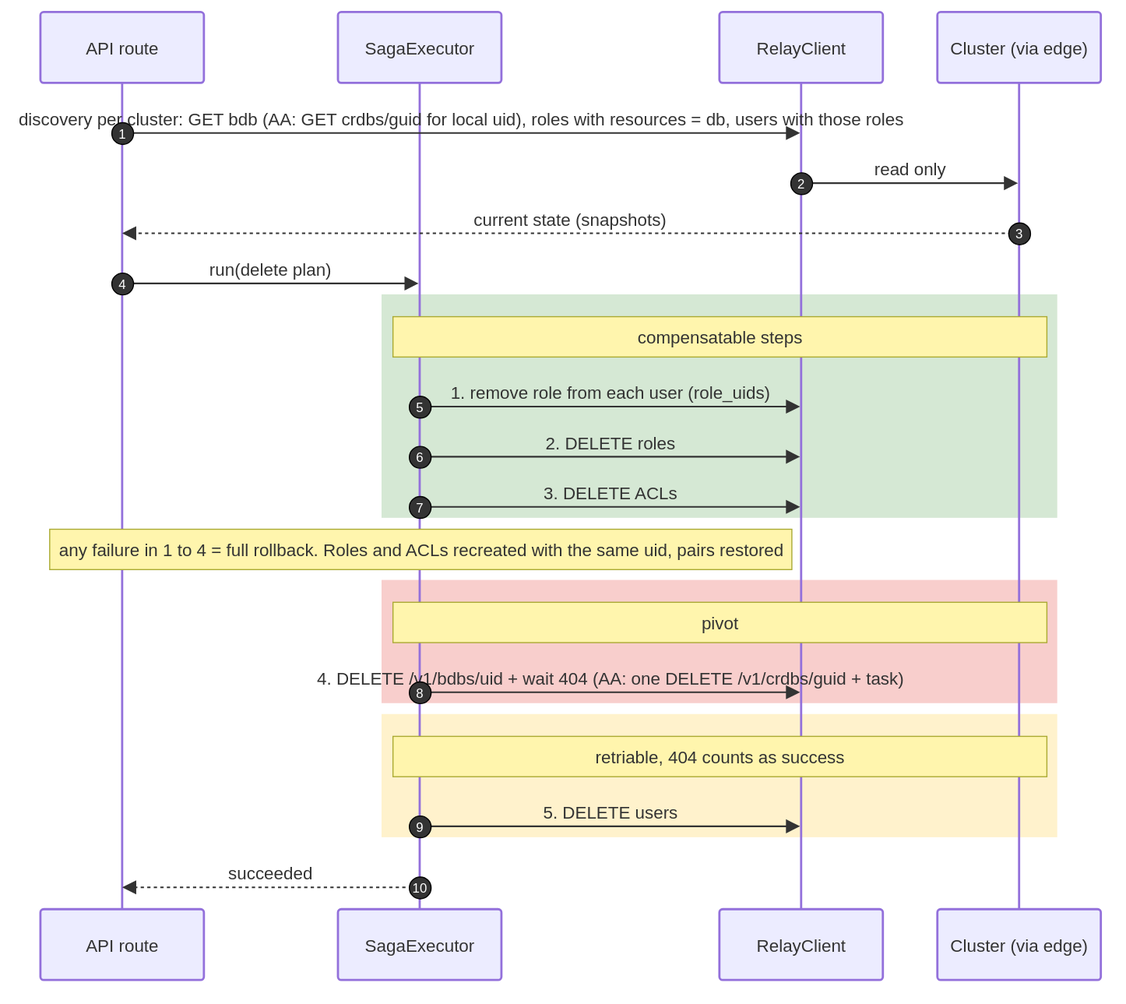
Above: docs/dr/diagrams/08-seq-delete-db.drawio.svg in EliShteinman/redis-enterprise-services (draw.io), before the change. Source tidied: cells renumbered, new cells last; positions are measured from the earlier drawing's top-left corner, leaving out a move shared by most shapes.
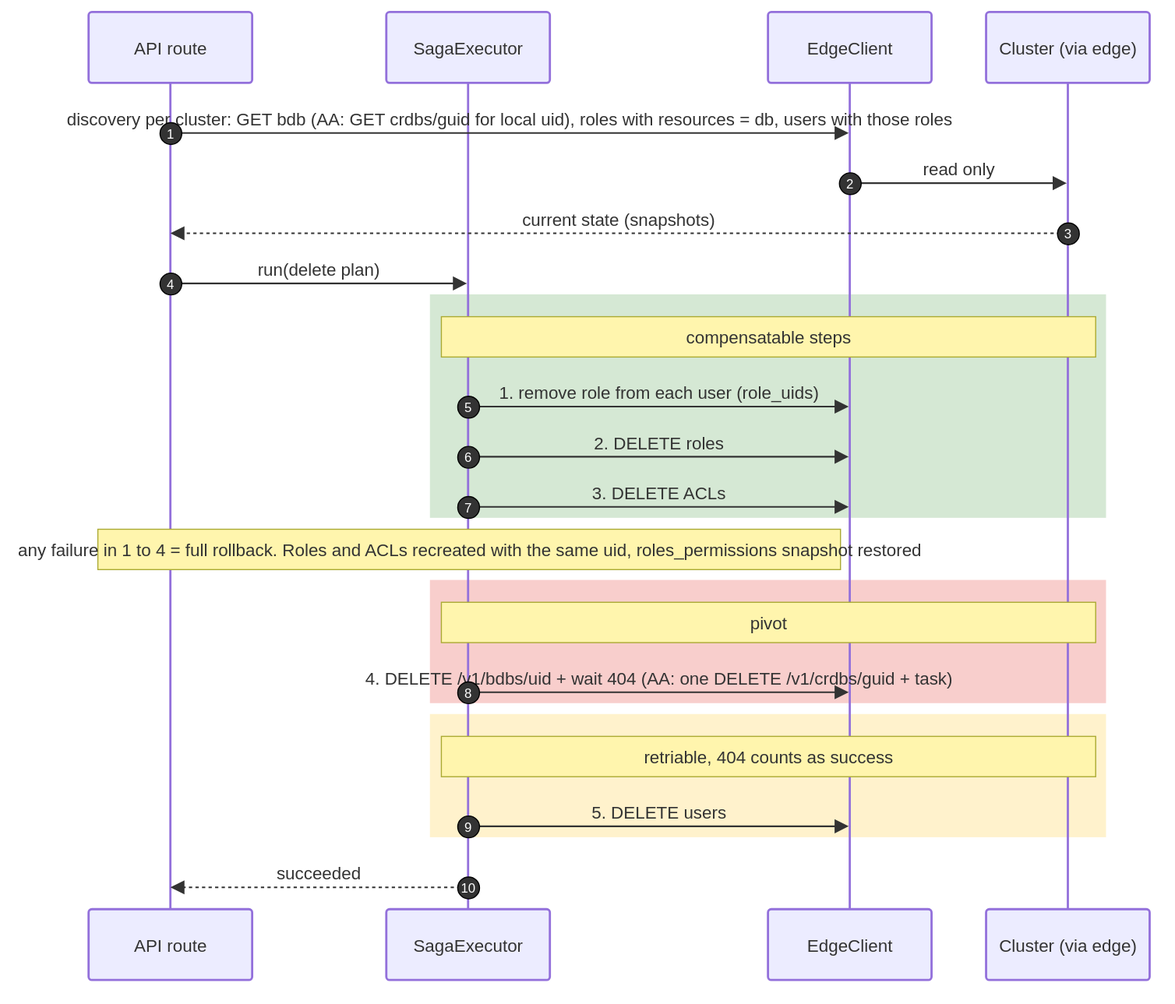
Above is the later version.

Diff of the diagram source:
```diff
@@ -17,7 +17,7 @@
     <mxCell id="6" value="SagaExecutor" style="html=1;shape=umlLifeline;perimeter=lifelinePerimeter;whiteSpace=wrap;outlineConnect=0;portConstraint=eastwest;newEdgeStyle={&quot;edgeStyle&quot;:&quot;sequenceEdgeStyle&quot;,&quot;libavoidRouting&quot;:0,&quot;curved&quot;:0,&quot;rounded&quot;:0};lifelineDashed=0;strokeWidth=2;rounded=1;absoluteArcSize=1;arcSize=6;lifelineColor=light-dark(#9370DB,#cccccc);size=65;lifelineMirror=1;fillColor=light-dark(#ECECFF,#1f2020);strokeColor=light-dark(#9370DB,#cccccc);fontColor=light-dark(#333333,#cccccc);fontFamily=Trebuchet MS,Verdana,Arial,sans-serif;fontSize=16;" parent="1" vertex="1">
       <mxGeometry x="273" width="150" height="888" as="geometry" />
     </mxCell>
-    <mxCell id="7" value="RelayClient" style="html=1;shape=umlLifeline;perimeter=lifelinePerimeter;whiteSpace=wrap;outlineConnect=0;portConstraint=eastwest;newEdgeStyle={&quot;edgeStyle&quot;:&quot;sequenceEdgeStyle&quot;,&quot;libavoidRouting&quot;:0,&quot;curved&quot;:0,&quot;rounded&quot;:0};lifelineDashed=0;strokeWidth=2;rounded=1;absoluteArcSize=1;arcSize=6;lifelineColor=light-dark(#9370DB,#cccccc);size=65;lifelineMirror=1;fillColor=light-dark(#ECECFF,#1f2020);strokeColor=light-dark(#9370DB,#cccccc);fontColor=light-dark(#333333,#cccccc);fontFamily=Trebuchet MS,Verdana,Arial,sans-serif;fontSize=16;" parent="1" vertex="1">
+    <mxCell id="7" value="EdgeClient" style="html=1;shape=umlLifeline;perimeter=lifelinePerimeter;whiteSpace=wrap;outlineConnect=0;portConstraint=eastwest;newEdgeStyle={&quot;edgeStyle&quot;:&quot;sequenceEdgeStyle&quot;,&quot;libavoidRouting&quot;:0,&quot;curved&quot;:0,&quot;rounded&quot;:0};lifelineDashed=0;strokeWidth=2;rounded=1;absoluteArcSize=1;arcSize=6;lifelineColor=light-dark(#9370DB,#cccccc);size=65;lifelineMirror=1;fillColor=light-dark(#ECECFF,#1f2020);strokeColor=light-dark(#9370DB,#cccccc);fontColor=light-dark(#333333,#cccccc);fontFamily=Trebuchet MS,Verdana,Arial,sans-serif;fontSize=16;" parent="1" vertex="1">
       <mxGeometry x="623" width="150" height="888" as="geometry" />
     </mxCell>
     <mxCell id="8" value="Cluster (via edge)" style="html=1;shape=umlLifeline;perimeter=lifelinePerimeter;whiteSpace=wrap;outlineConnect=0;portConstraint=eastwest;newEdgeStyle={&quot;edgeStyle&quot;:&quot;sequenceEdgeStyle&quot;,&quot;libavoidRouting&quot;:0,&quot;curved&quot;:0,&quot;rounded&quot;:0};lifelineDashed=0;strokeWidth=2;rounded=1;absoluteArcSize=1;arcSize=6;lifelineColor=light-dark(#9370DB,#cccccc);size=65;lifelineMirror=1;fillColor=light-dark(#ECECFF,#1f2020);strokeColor=light-dark(#9370DB,#cccccc);fontColor=light-dark(#333333,#cccccc);fontFamily=Trebuchet MS,Verdana,Arial,sans-serif;fontSize=16;" parent="1" vertex="1">
@@ -126,7 +126,7 @@
     <mxCell id="29" value="compensatable steps" style="html=1;fillColor=light-dark(#fff5ad,#2a2a2a);strokeColor=light-dark(#aaaa33,#cccccc);fontColor=light-dark(#333333,#cccccc);fontFamily=Trebuchet MS,Verdana,Arial,sans-serif;fontSize=16;" parent="1" vertex="1">
       <mxGeometry x="323" y="279" width="600" height="37" as="geometry" />
     </mxCell>
-    <mxCell id="30" value="any failure in 1 to 4 = full rollback. Roles and ACLs recreated with the same uid, pairs restored" style="html=1;fillColor=light-dark(#fff5ad,#2a2a2a);strokeColor=light-dark(#aaaa33,#cccccc);fontColor=light-dark(#333333,#cccccc);fontFamily=Trebuchet MS,Verdana,Arial,sans-serif;fontSize=16;" parent="1" vertex="1">
+    <mxCell id="30" value="any failure in 1 to 4 = full rollback. Roles and ACLs recreated with the same uid, roles_permissions snapshot restored" style="html=1;fillColor=light-dark(#fff5ad,#2a2a2a);strokeColor=light-dark(#aaaa33,#cccccc);fontColor=light-dark(#333333,#cccccc);fontFamily=Trebuchet MS,Verdana,Arial,sans-serif;fontSize=16;" parent="1" vertex="1">
       <mxGeometry x="8" y="474" width="681" height="37" as="geometry" />
     </mxCell>
     <mxCell id="31" value="pivot" style="html=1;fillColor=light-dark(#fff5ad,#2a2a2a);strokeColor=light-dark(#aaaa33,#cccccc);fontColor=light-dark(#333333,#cccccc);fontFamily=Trebuchet MS,Verdana,Arial,sans-serif;fontSize=16;" parent="1" vertex="1">
```
